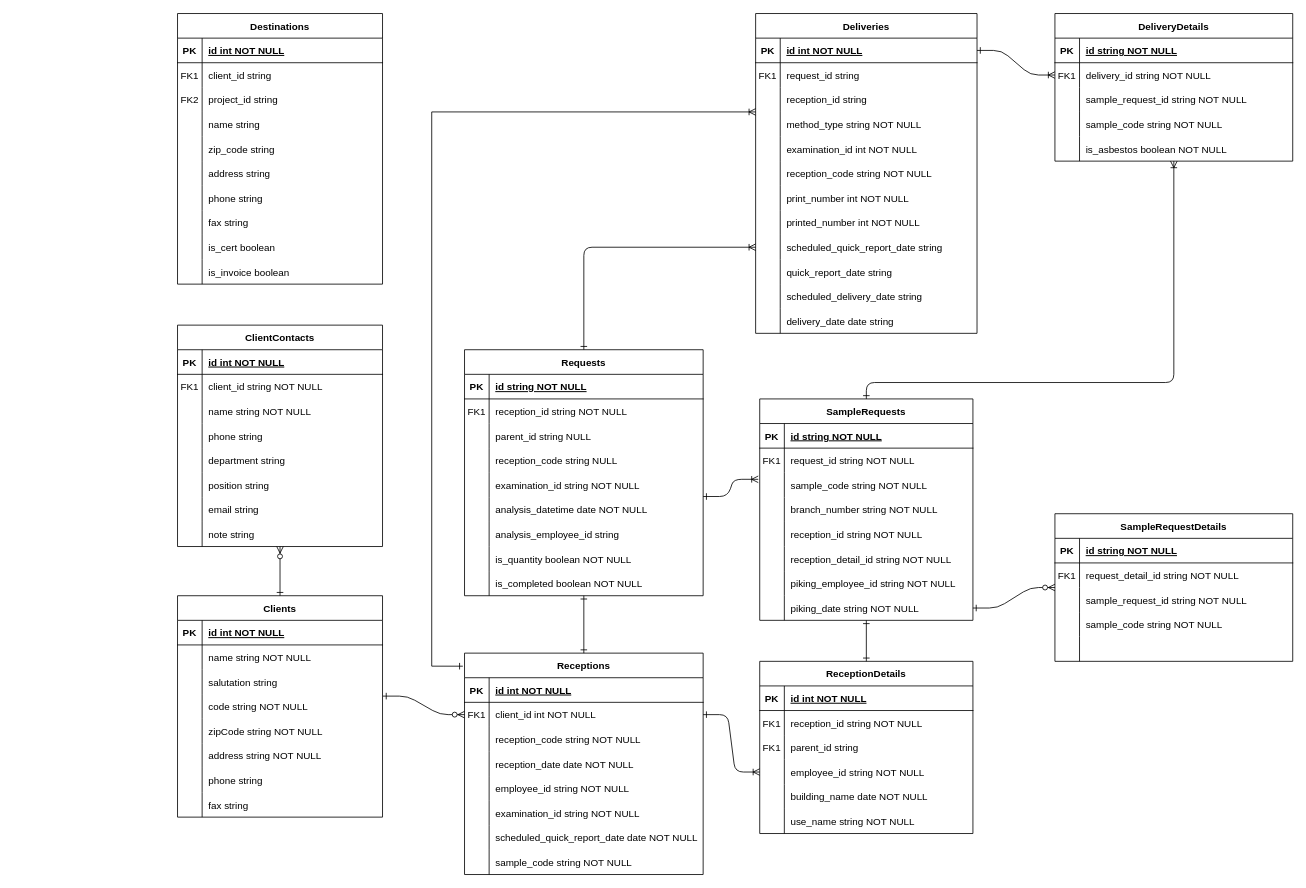
Earlier version of the draw.io diagram page "E-R図" (1 of 4) of NELAB.drawio (kaoru387/draw.io). Source tidied: cells renumbered, new cells numbered last; positions are measured from the earlier drawing's top-left corner, leaving out a move shared by most shapes. Both pictures are drawn from the tidied source at 82%, with x=0, y=0 at pixel (177, 13).
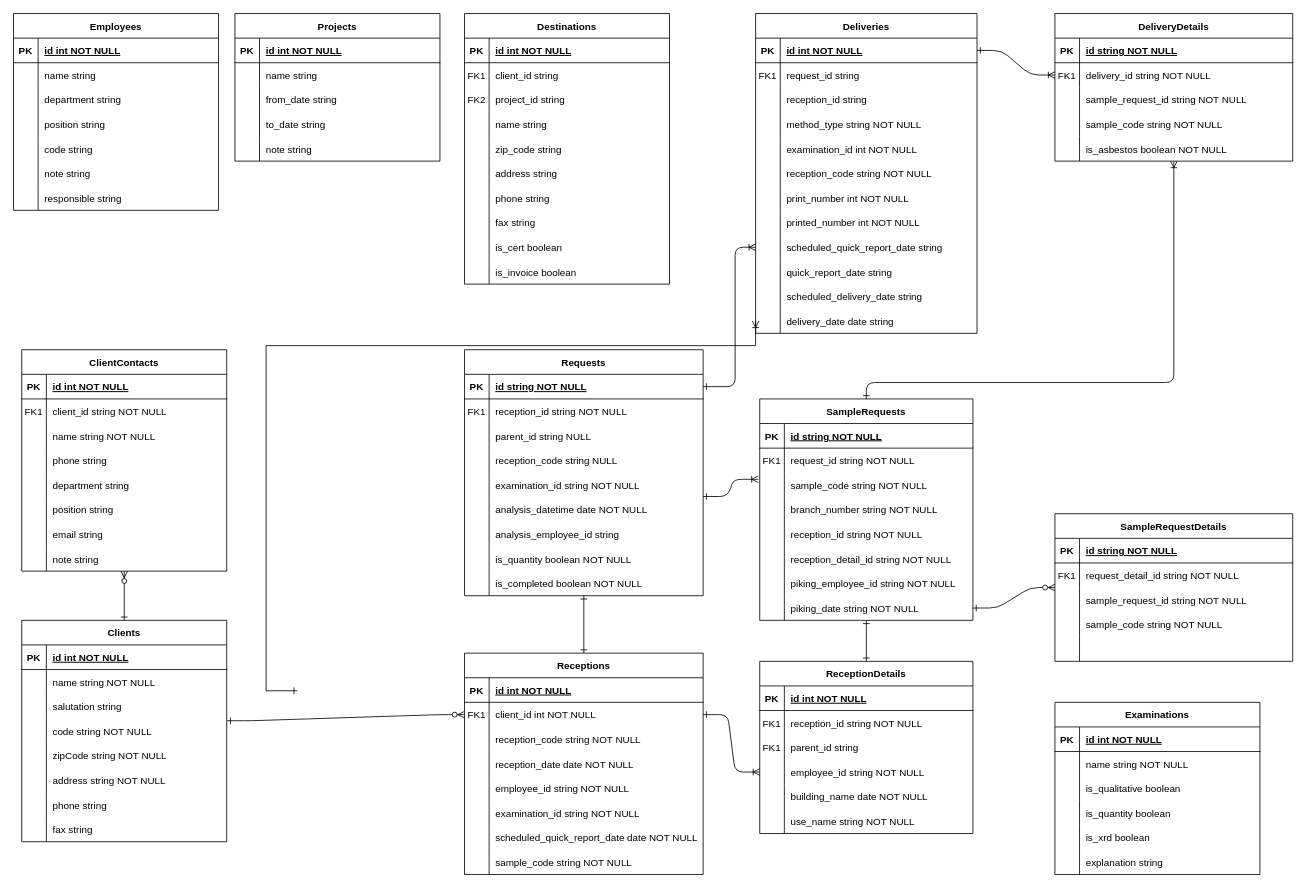
The same page after the edit.

Commit message (it also covers changes not shown here):
NELAB.drawio を更新します

The change refers to these unchanged cells:
```xml
<mxCell id="4" value="Receptions" style="shape=table;startSize=30;childLayout=tableLayout;rowLines=0;fontStyle=1;align=center;" parent="1" vertex="1">
  <mxGeometry x="350" y="780" width="291" height="270" as="geometry" />
</mxCell>
<mxCell id="29" value="Deliveries" style="shape=table;startSize=30;childLayout=tableLayout;rowLines=0;fontStyle=1;align=center;" parent="1" vertex="1">
  <mxGeometry x="705" width="270" height="390" as="geometry" />
</mxCell>
<mxCell id="54" style="shape=partialRectangle;fillColor=none;points=[[0,0.5],[1,0.5]];portConstraint=eastwest;top=0;left=0;right=0;bottom=0;" parent="29" vertex="1">
  <mxGeometry y="270" width="270" height="30" as="geometry" />
</mxCell>
<mxCell id="63" style="shape=partialRectangle;fillColor=none;points=[[0,0.5],[1,0.5]];portConstraint=eastwest;top=0;left=0;right=0;bottom=0;" parent="29" vertex="1">
  <mxGeometry y="360" width="270" height="30" as="geometry" />
</mxCell>
<mxCell id="160" value="Requests" style="shape=table;startSize=30;childLayout=tableLayout;rowLines=0;fontStyle=1;align=center;" parent="1" vertex="1">
  <mxGeometry x="350" y="410" width="291" height="300" as="geometry" />
</mxCell>
<mxCell id="161" style="shape=partialRectangle;fillColor=none;points=[[0,0.5],[1,0.5]];portConstraint=eastwest;top=0;left=0;right=0;bottom=1;" parent="160" vertex="1">
  <mxGeometry y="30" width="291" height="30" as="geometry" />
</mxCell>
```

Change to the diagram source:
```diff
@@
     <mxCell id="66" value="Clients" style="shape=table;startSize=30;childLayout=tableLayout;rowLines=0;fontStyle=1;align=center;" parent="1" vertex="1">
-      <mxGeometry y="710" width="250" height="270" as="geometry" />
+      <mxGeometry x="-190" y="740" width="250" height="270" as="geometry" />
     </mxCell>
@@
     <mxCell id="110" value="ClientContacts" style="shape=table;startSize=30;childLayout=tableLayout;rowLines=0;fontStyle=1;align=center;" parent="1" vertex="1">
-      <mxGeometry y="380" width="250" height="270" as="geometry" />
+      <mxGeometry x="-190" y="410" width="250" height="270" as="geometry" />
     </mxCell>
@@
-    <mxCell id="228" style="edgeStyle=orthogonalEdgeStyle;rounded=0;jettySize=auto;html=1;entryX=-0.007;entryY=0.059;entryDx=0;entryDy=0;entryPerimeter=0;startArrow=ERoneToMany;startFill=0;endArrow=ERone;endFill=0;" parent="1" edge="1" source="29" target="4">
+    <mxCell id="228" style="edgeStyle=orthogonalEdgeStyle;rounded=0;jettySize=auto;html=1;entryX=-0.007;entryY=0.059;entryDx=0;entryDy=0;entryPerimeter=0;startArrow=ERoneToMany;startFill=0;endArrow=ERone;endFill=0;exitX=0;exitY=0.5;exitDx=0;exitDy=0;" parent="1" edge="1" source="63">
       <mxGeometry relative="1" as="geometry">
+        <mxPoint x="146" y="825.9" as="targetPoint" />
         <Array as="points">
-          <mxPoint x="310" y="120" />
-          <mxPoint x="310" y="796" />
+          <mxPoint x="108" y="405" />
+          <mxPoint x="108" y="826" />
         </Array>
       </mxGeometry>
     </mxCell>
-    <mxCell id="229" style="endArrow=ERoneToMany;startArrow=ERone;endFill=0;startFill=0;entryX=0;entryY=0.5;entryDx=0;entryDy=0;exitX=0.5;exitY=0;exitDx=0;exitDy=0;edgeStyle=orthogonalEdgeStyle;" parent="1" edge="1" source="160" target="54">
+    <mxCell id="229" style="endArrow=ERoneToMany;startArrow=ERone;endFill=0;startFill=0;entryX=0;entryY=0.5;entryDx=0;entryDy=0;exitX=1;exitY=0.5;exitDx=0;exitDy=0;edgeStyle=orthogonalEdgeStyle;" parent="1" edge="1" source="161" target="54">
       <mxGeometry relative="1" as="geometry">
         <Array as="points">
-          <mxPoint x="496" y="285" />
+          <mxPoint x="680" y="455" />
+          <mxPoint x="680" y="285" />
         </Array>
       </mxGeometry>
     </mxCell>
     <mxCell id="230" value="Destinations" style="shape=table;startSize=30;childLayout=tableLayout;rowLines=0;fontStyle=1;align=center;" parent="1" vertex="1">
-      <mxGeometry width="250" height="330" as="geometry" />
+      <mxGeometry x="350" width="250" height="330" as="geometry" />
     </mxCell>
@@
+    <mxCell id="261" value="Projects" style="shape=table;startSize=30;childLayout=tableLayout;rowLines=0;fontStyle=1;align=center;" parent="1" vertex="1">
+      <mxGeometry x="70" width="250" height="180" as="geometry" />
+    </mxCell>
+    <mxCell id="262" style="shape=partialRectangle;fillColor=none;top=0;left=0;right=0;bottom=1;" parent="261" vertex="1">
+      <mxGeometry y="30" width="250" height="30" as="geometry" />
+    </mxCell>
+    <mxCell id="263" value="PK" style="shape=partialRectangle;overflow=hidden;fillColor=none;top=0;left=0;bottom=0;right=0;fontStyle=1;" parent="262" vertex="1">
+      <mxGeometry width="30" height="30" as="geometry" />
+    </mxCell>
+    <mxCell id="264" value="id int NOT NULL " style="shape=partialRectangle;overflow=hidden;fillColor=none;top=0;left=0;bottom=0;right=0;align=left;spacingLeft=6;fontStyle=5;" parent="262" vertex="1">
+      <mxGeometry x="30" width="220" height="30" as="geometry" />
+    </mxCell>
+    <mxCell id="265" style="shape=partialRectangle;fillColor=none;top=0;left=0;right=0;bottom=0;" parent="261" vertex="1">
+      <mxGeometry y="60" width="250" height="30" as="geometry" />
+    </mxCell>
+    <mxCell id="266" style="shape=partialRectangle;overflow=hidden;fillColor=none;top=0;left=0;bottom=0;right=0;" parent="265" vertex="1">
+      <mxGeometry width="30" height="30" as="geometry" />
+    </mxCell>
+    <mxCell id="267" value="name string" style="shape=partialRectangle;overflow=hidden;fillColor=none;top=0;left=0;bottom=0;right=0;align=left;spacingLeft=6;" parent="265" vertex="1">
+      <mxGeometry x="30" width="220" height="30" as="geometry" />
+    </mxCell>
+    <mxCell id="268" style="shape=partialRectangle;fillColor=none;top=0;left=0;right=0;bottom=0;" parent="261" vertex="1">
+      <mxGeometry y="90" width="250" height="30" as="geometry" />
+    </mxCell>
+    <mxCell id="269" style="shape=partialRectangle;overflow=hidden;fillColor=none;top=0;left=0;bottom=0;right=0;" parent="268" vertex="1">
+      <mxGeometry width="30" height="30" as="geometry" />
+    </mxCell>
+    <mxCell id="270" value="from_date string" style="shape=partialRectangle;overflow=hidden;fillColor=none;top=0;left=0;bottom=0;right=0;align=left;spacingLeft=6;" parent="268" vertex="1">
+      <mxGeometry x="30" width="220" height="30" as="geometry" />
+    </mxCell>
+    <mxCell id="271" style="shape=partialRectangle;fillColor=none;top=0;left=0;right=0;bottom=0;" parent="261" vertex="1">
+      <mxGeometry y="120" width="250" height="30" as="geometry" />
+    </mxCell>
+    <mxCell id="272" style="shape=partialRectangle;overflow=hidden;fillColor=none;top=0;left=0;bottom=0;right=0;" parent="271" vertex="1">
+      <mxGeometry width="30" height="30" as="geometry" />
+    </mxCell>
+    <mxCell id="273" value="to_date string" style="shape=partialRectangle;overflow=hidden;fillColor=none;top=0;left=0;bottom=0;right=0;align=left;spacingLeft=6;" parent="271" vertex="1">
+      <mxGeometry x="30" width="220" height="30" as="geometry" />
+    </mxCell>
+    <mxCell id="274" style="shape=partialRectangle;fillColor=none;top=0;left=0;right=0;bottom=0;" parent="261" vertex="1">
+      <mxGeometry y="150" width="250" height="30" as="geometry" />
+    </mxCell>
+    <mxCell id="275" style="shape=partialRectangle;overflow=hidden;fillColor=none;top=0;left=0;bottom=0;right=0;" parent="274" vertex="1">
+      <mxGeometry width="30" height="30" as="geometry" />
+    </mxCell>
+    <mxCell id="276" value="note string" style="shape=partialRectangle;overflow=hidden;fillColor=none;top=0;left=0;bottom=0;right=0;align=left;spacingLeft=6;" parent="274" vertex="1">
+      <mxGeometry x="30" width="220" height="30" as="geometry" />
+    </mxCell>
+    <mxCell id="277" value="Employees" style="shape=table;startSize=30;childLayout=tableLayout;rowLines=0;fontStyle=1;align=center;" parent="1" vertex="1">
+      <mxGeometry x="-200" width="250" height="240" as="geometry" />
+    </mxCell>
+    <mxCell id="278" style="shape=partialRectangle;fillColor=none;top=0;left=0;right=0;bottom=1;" parent="277" vertex="1">
+      <mxGeometry y="30" width="250" height="30" as="geometry" />
+    </mxCell>
+    <mxCell id="279" value="PK" style="shape=partialRectangle;overflow=hidden;fillColor=none;top=0;left=0;bottom=0;right=0;fontStyle=1;" parent="278" vertex="1">
+      <mxGeometry width="30" height="30" as="geometry" />
+    </mxCell>
+    <mxCell id="280" value="id int NOT NULL " style="shape=partialRectangle;overflow=hidden;fillColor=none;top=0;left=0;bottom=0;right=0;align=left;spacingLeft=6;fontStyle=5;" parent="278" vertex="1">
+      <mxGeometry x="30" width="220" height="30" as="geometry" />
+    </mxCell>
+    <mxCell id="281" style="shape=partialRectangle;fillColor=none;top=0;left=0;right=0;bottom=0;" parent="277" vertex="1">
+      <mxGeometry y="60" width="250" height="30" as="geometry" />
+    </mxCell>
+    <mxCell id="282" style="shape=partialRectangle;overflow=hidden;fillColor=none;top=0;left=0;bottom=0;right=0;" parent="281" vertex="1">
+      <mxGeometry width="30" height="30" as="geometry" />
+    </mxCell>
+    <mxCell id="283" value="name string" style="shape=partialRectangle;overflow=hidden;fillColor=none;top=0;left=0;bottom=0;right=0;align=left;spacingLeft=6;" parent="281" vertex="1">
+      <mxGeometry x="30" width="220" height="30" as="geometry" />
+    </mxCell>
+    <mxCell id="284" style="shape=partialRectangle;fillColor=none;top=0;left=0;right=0;bottom=0;" parent="277" vertex="1">
+      <mxGeometry y="90" width="250" height="30" as="geometry" />
+    </mxCell>
+    <mxCell id="285" style="shape=partialRectangle;overflow=hidden;fillColor=none;top=0;left=0;bottom=0;right=0;" parent="284" vertex="1">
+      <mxGeometry width="30" height="30" as="geometry" />
+    </mxCell>
+    <mxCell id="286" value="department string" style="shape=partialRectangle;overflow=hidden;fillColor=none;top=0;left=0;bottom=0;right=0;align=left;spacingLeft=6;" parent="284" vertex="1">
+      <mxGeometry x="30" width="220" height="30" as="geometry" />
+    </mxCell>
+    <mxCell id="287" style="shape=partialRectangle;fillColor=none;top=0;left=0;right=0;bottom=0;" parent="277" vertex="1">
+      <mxGeometry y="120" width="250" height="30" as="geometry" />
+    </mxCell>
+    <mxCell id="288" style="shape=partialRectangle;overflow=hidden;fillColor=none;top=0;left=0;bottom=0;right=0;" parent="287" vertex="1">
+      <mxGeometry width="30" height="30" as="geometry" />
+    </mxCell>
+    <mxCell id="289" value="position string" style="shape=partialRectangle;overflow=hidden;fillColor=none;top=0;left=0;bottom=0;right=0;align=left;spacingLeft=6;" parent="287" vertex="1">
+      <mxGeometry x="30" width="220" height="30" as="geometry" />
+    </mxCell>
+    <mxCell id="290" style="shape=partialRectangle;fillColor=none;top=0;left=0;right=0;bottom=0;" parent="277" vertex="1">
+      <mxGeometry y="150" width="250" height="30" as="geometry" />
+    </mxCell>
+    <mxCell id="291" style="shape=partialRectangle;overflow=hidden;fillColor=none;top=0;left=0;bottom=0;right=0;" parent="290" vertex="1">
+      <mxGeometry width="30" height="30" as="geometry" />
+    </mxCell>
+    <mxCell id="292" value="code string" style="shape=partialRectangle;overflow=hidden;fillColor=none;top=0;left=0;bottom=0;right=0;align=left;spacingLeft=6;" parent="290" vertex="1">
+      <mxGeometry x="30" width="220" height="30" as="geometry" />
+    </mxCell>
+    <mxCell id="293" style="shape=partialRectangle;fillColor=none;top=0;left=0;right=0;bottom=0;" parent="277" vertex="1">
+      <mxGeometry y="180" width="250" height="30" as="geometry" />
+    </mxCell>
+    <mxCell id="294" style="shape=partialRectangle;overflow=hidden;fillColor=none;top=0;left=0;bottom=0;right=0;" parent="293" vertex="1">
+      <mxGeometry width="30" height="30" as="geometry" />
+    </mxCell>
+    <mxCell id="295" value="note string" style="shape=partialRectangle;overflow=hidden;fillColor=none;top=0;left=0;bottom=0;right=0;align=left;spacingLeft=6;" parent="293" vertex="1">
+      <mxGeometry x="30" width="220" height="30" as="geometry" />
+    </mxCell>
+    <mxCell id="296" style="shape=partialRectangle;fillColor=none;top=0;left=0;right=0;bottom=0;" parent="277" vertex="1">
+      <mxGeometry y="210" width="250" height="30" as="geometry" />
+    </mxCell>
+    <mxCell id="297" style="shape=partialRectangle;overflow=hidden;fillColor=none;top=0;left=0;bottom=0;right=0;" parent="296" vertex="1">
+      <mxGeometry width="30" height="30" as="geometry" />
+    </mxCell>
+    <mxCell id="298" value="responsible string" style="shape=partialRectangle;overflow=hidden;fillColor=none;top=0;left=0;bottom=0;right=0;align=left;spacingLeft=6;" parent="296" vertex="1">
+      <mxGeometry x="30" width="220" height="30" as="geometry" />
+    </mxCell>
+    <mxCell id="299" value="Examinations" style="shape=table;startSize=30;childLayout=tableLayout;rowLines=0;fontStyle=1;align=center;" parent="1" vertex="1">
+      <mxGeometry x="1070" y="840" width="250" height="210" as="geometry" />
+    </mxCell>
+    <mxCell id="300" style="shape=partialRectangle;fillColor=none;top=0;left=0;right=0;bottom=1;" parent="299" vertex="1">
+      <mxGeometry y="30" width="250" height="30" as="geometry" />
+    </mxCell>
+    <mxCell id="301" value="PK" style="shape=partialRectangle;overflow=hidden;fillColor=none;top=0;left=0;bottom=0;right=0;fontStyle=1;" parent="300" vertex="1">
+      <mxGeometry width="30" height="30" as="geometry" />
+    </mxCell>
+    <mxCell id="302" value="id int NOT NULL " style="shape=partialRectangle;overflow=hidden;fillColor=none;top=0;left=0;bottom=0;right=0;align=left;spacingLeft=6;fontStyle=5;" parent="300" vertex="1">
+      <mxGeometry x="30" width="220" height="30" as="geometry" />
+    </mxCell>
+    <mxCell id="303" style="shape=partialRectangle;fillColor=none;top=0;left=0;right=0;bottom=0;" parent="299" vertex="1">
+      <mxGeometry y="60" width="250" height="30" as="geometry" />
+    </mxCell>
+    <mxCell id="304" style="shape=partialRectangle;overflow=hidden;fillColor=none;top=0;left=0;bottom=0;right=0;" parent="303" vertex="1">
+      <mxGeometry width="30" height="30" as="geometry" />
+    </mxCell>
+    <mxCell id="305" value="name string NOT NULL" style="shape=partialRectangle;overflow=hidden;fillColor=none;top=0;left=0;bottom=0;right=0;align=left;spacingLeft=6;" parent="303" vertex="1">
+      <mxGeometry x="30" width="220" height="30" as="geometry" />
+    </mxCell>
+    <mxCell id="306" style="shape=partialRectangle;fillColor=none;top=0;left=0;right=0;bottom=0;" parent="299" vertex="1">
+      <mxGeometry y="90" width="250" height="30" as="geometry" />
+    </mxCell>
+    <mxCell id="307" style="shape=partialRectangle;overflow=hidden;fillColor=none;top=0;left=0;bottom=0;right=0;" parent="306" vertex="1">
+      <mxGeometry width="30" height="30" as="geometry" />
+    </mxCell>
+    <mxCell id="308" value="is_qualitative boolean" style="shape=partialRectangle;overflow=hidden;fillColor=none;top=0;left=0;bottom=0;right=0;align=left;spacingLeft=6;" parent="306" vertex="1">
+      <mxGeometry x="30" width="220" height="30" as="geometry" />
+    </mxCell>
+    <mxCell id="309" style="shape=partialRectangle;fillColor=none;top=0;left=0;right=0;bottom=0;" parent="299" vertex="1">
+      <mxGeometry y="120" width="250" height="30" as="geometry" />
+    </mxCell>
+    <mxCell id="310" style="shape=partialRectangle;overflow=hidden;fillColor=none;top=0;left=0;bottom=0;right=0;" parent="309" vertex="1">
+      <mxGeometry width="30" height="30" as="geometry" />
+    </mxCell>
+    <mxCell id="311" value="is_quantity boolean" style="shape=partialRectangle;overflow=hidden;fillColor=none;top=0;left=0;bottom=0;right=0;align=left;spacingLeft=6;" parent="309" vertex="1">
+      <mxGeometry x="30" width="220" height="30" as="geometry" />
+    </mxCell>
+    <mxCell id="312" style="shape=partialRectangle;fillColor=none;top=0;left=0;right=0;bottom=0;" parent="299" vertex="1">
+      <mxGeometry y="150" width="250" height="30" as="geometry" />
+    </mxCell>
+    <mxCell id="313" style="shape=partialRectangle;overflow=hidden;fillColor=none;top=0;left=0;bottom=0;right=0;" parent="312" vertex="1">
+      <mxGeometry width="30" height="30" as="geometry" />
+    </mxCell>
+    <mxCell id="314" value="is_xrd boolean" style="shape=partialRectangle;overflow=hidden;fillColor=none;top=0;left=0;bottom=0;right=0;align=left;spacingLeft=6;" parent="312" vertex="1">
+      <mxGeometry x="30" width="220" height="30" as="geometry" />
+    </mxCell>
+    <mxCell id="315" style="shape=partialRectangle;fillColor=none;top=0;left=0;right=0;bottom=0;" parent="299" vertex="1">
+      <mxGeometry y="180" width="250" height="30" as="geometry" />
+    </mxCell>
+    <mxCell id="316" style="shape=partialRectangle;overflow=hidden;fillColor=none;top=0;left=0;bottom=0;right=0;" parent="315" vertex="1">
+      <mxGeometry width="30" height="30" as="geometry" />
+    </mxCell>
+    <mxCell id="317" value="explanation string" style="shape=partialRectangle;overflow=hidden;fillColor=none;top=0;left=0;bottom=0;right=0;align=left;spacingLeft=6;" parent="315" vertex="1">
+      <mxGeometry x="30" width="220" height="30" as="geometry" />
+    </mxCell>
```
